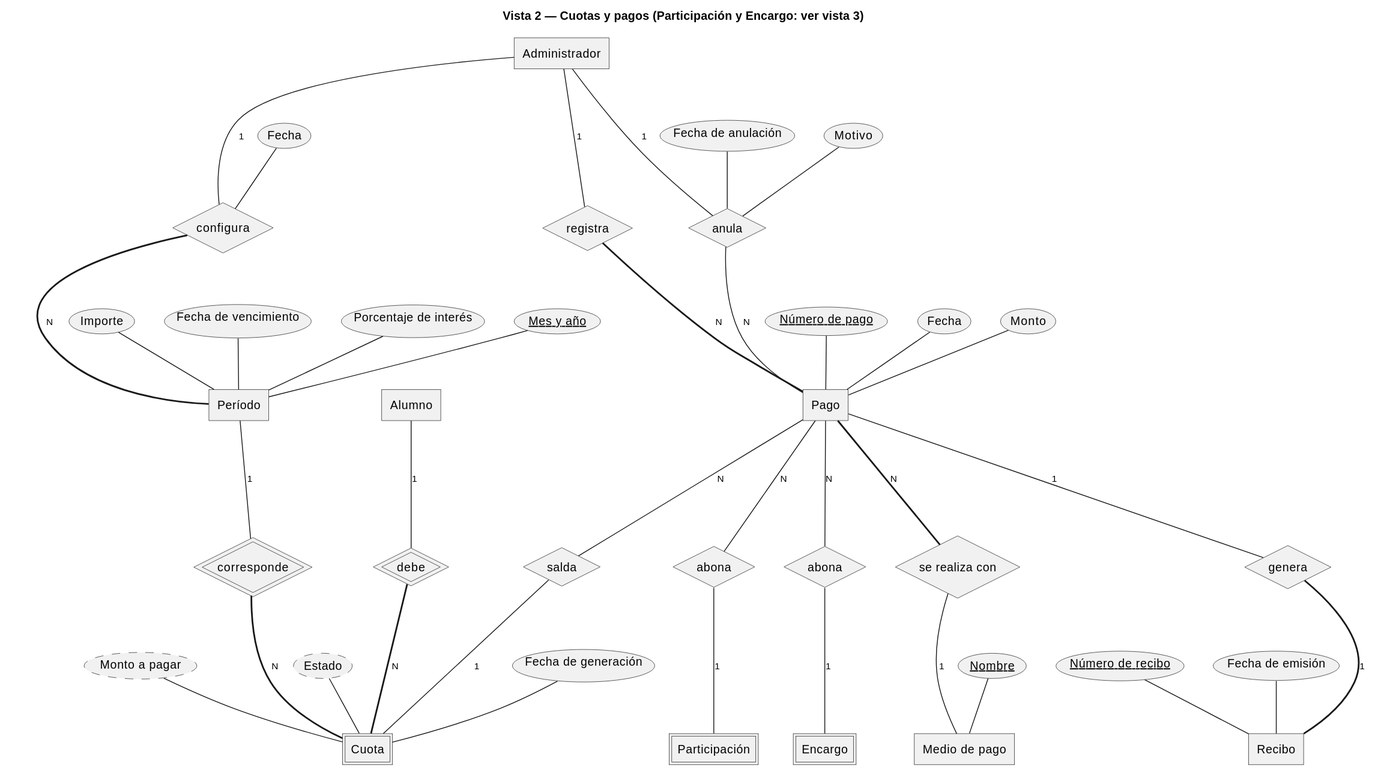
Before: docs/entidades-relaciones-cardinalidad/vistas/2-cuotas-pagos.svg, a diagram exported from PlantUML (Marigi84/rojas-fc-gestion).
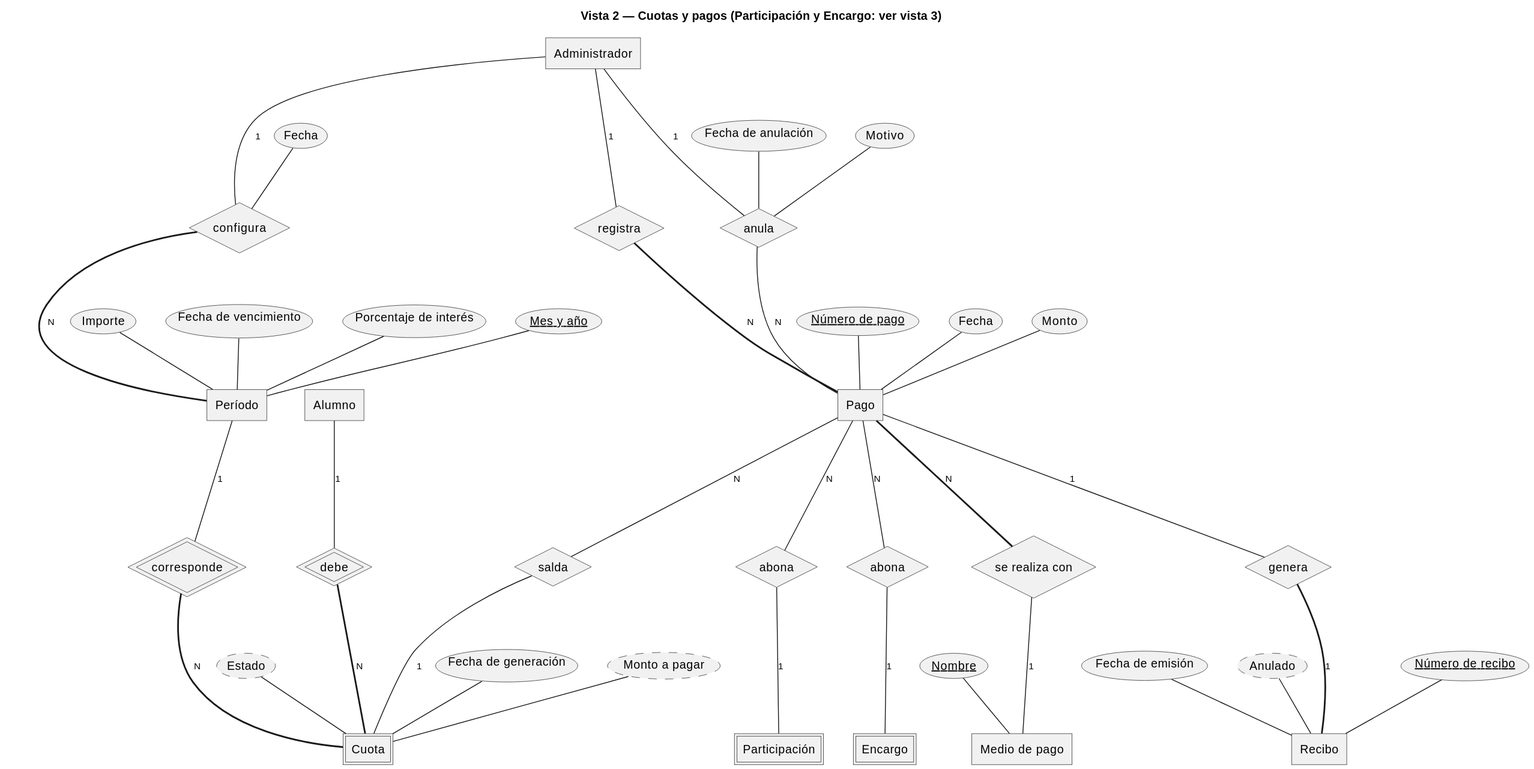
After the commit.

Commit message:
docs: agregar atributo derivado Anulado en Recibo

Diff of the diagram source:
```diff
@@ -46,6 +46,7 @@
 entity "Recibo" as RECIBO {
   "Número de recibo" as RE_NUM <<key>>
   "Fecha de emisión" as RE_FE
+  "Anulado" as RE_ANU <<derived>>
 }
 relationship "genera" as GENERA {
 }
```
